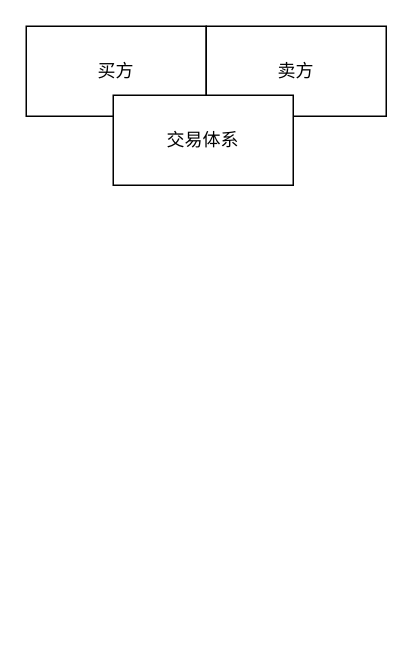
The draw.io diagram 未命名绘图.drawio in Taaaang/game_design, before the edit. Source tidied: cells renumbered, new cells numbered last; positions are measured from the earlier drawing's top-left corner, leaving out a move shared by most shapes. Both pictures are drawn from the tidied source at 150%, with x=0, y=0 at pixel (26, 26).
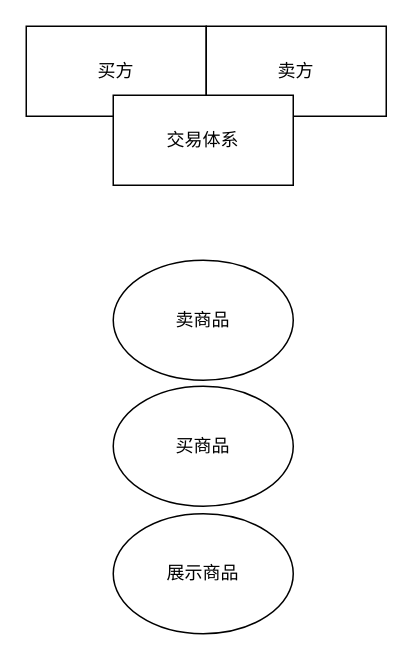
The same diagram, later.

What changed in the source:
```diff
@@
 <mxGraphModel>
   <root>
     <mxCell id="0" />
     <mxCell id="1" parent="0" />
     <mxCell id="2" value="买方" style="rounded=0;whiteSpace=wrap;html=1;" parent="1" vertex="1">
       <mxGeometry width="120" height="60" as="geometry" />
     </mxCell>
     <mxCell id="3" value="卖方" style="rounded=0;whiteSpace=wrap;html=1;" parent="1" vertex="1">
       <mxGeometry x="120" width="120" height="60" as="geometry" />
     </mxCell>
     <mxCell id="4" value="交易体系" style="rounded=0;whiteSpace=wrap;html=1;" parent="1" vertex="1">
       <mxGeometry x="58" y="46" width="120" height="60" as="geometry" />
     </mxCell>
+    <mxCell id="5" value="买商品" style="ellipse;whiteSpace=wrap;html=1;" parent="1" vertex="1">
+      <mxGeometry x="58" y="240" width="120" height="80" as="geometry" />
+    </mxCell>
+    <mxCell id="6" value="卖商品" style="ellipse;whiteSpace=wrap;html=1;" parent="1" vertex="1">
+      <mxGeometry x="58" y="156" width="120" height="80" as="geometry" />
+    </mxCell>
+    <mxCell id="7" value="展示商品" style="ellipse;whiteSpace=wrap;html=1;" parent="1" vertex="1">
+      <mxGeometry x="58" y="325" width="120" height="80" as="geometry" />
+    </mxCell>
   </root>
 </mxGraphModel>
```
